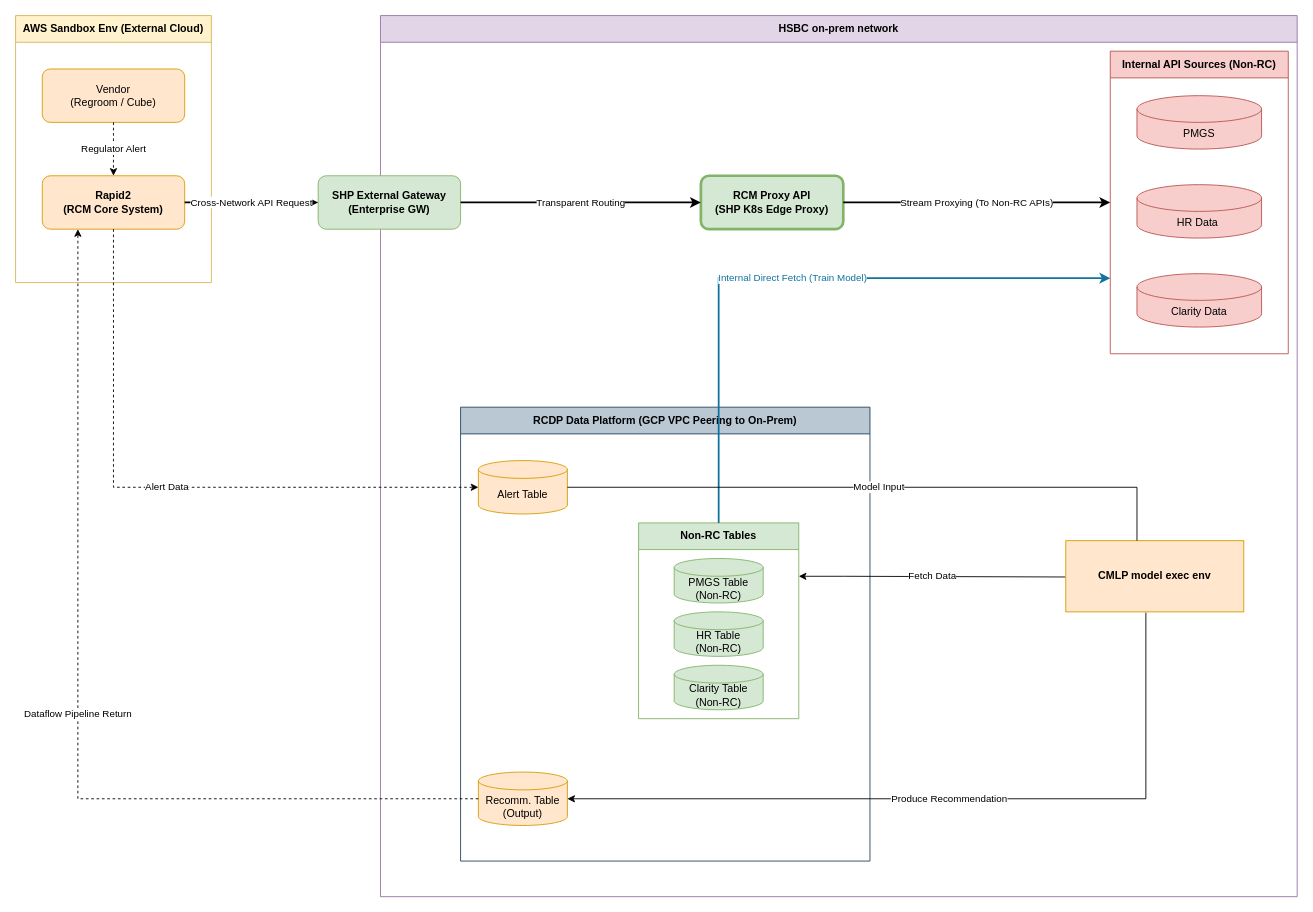
Before: drawio/rcm_architecture.drawio in nvd11/f_store, a draw.io diagram. Source tidied: cells renumbered, new cells numbered last; positions are measured from the earlier drawing's top-left corner, leaving out a move shared by most shapes. Both pictures are drawn from the tidied source at 89%, with x=0, y=0 at pixel (15, 15).
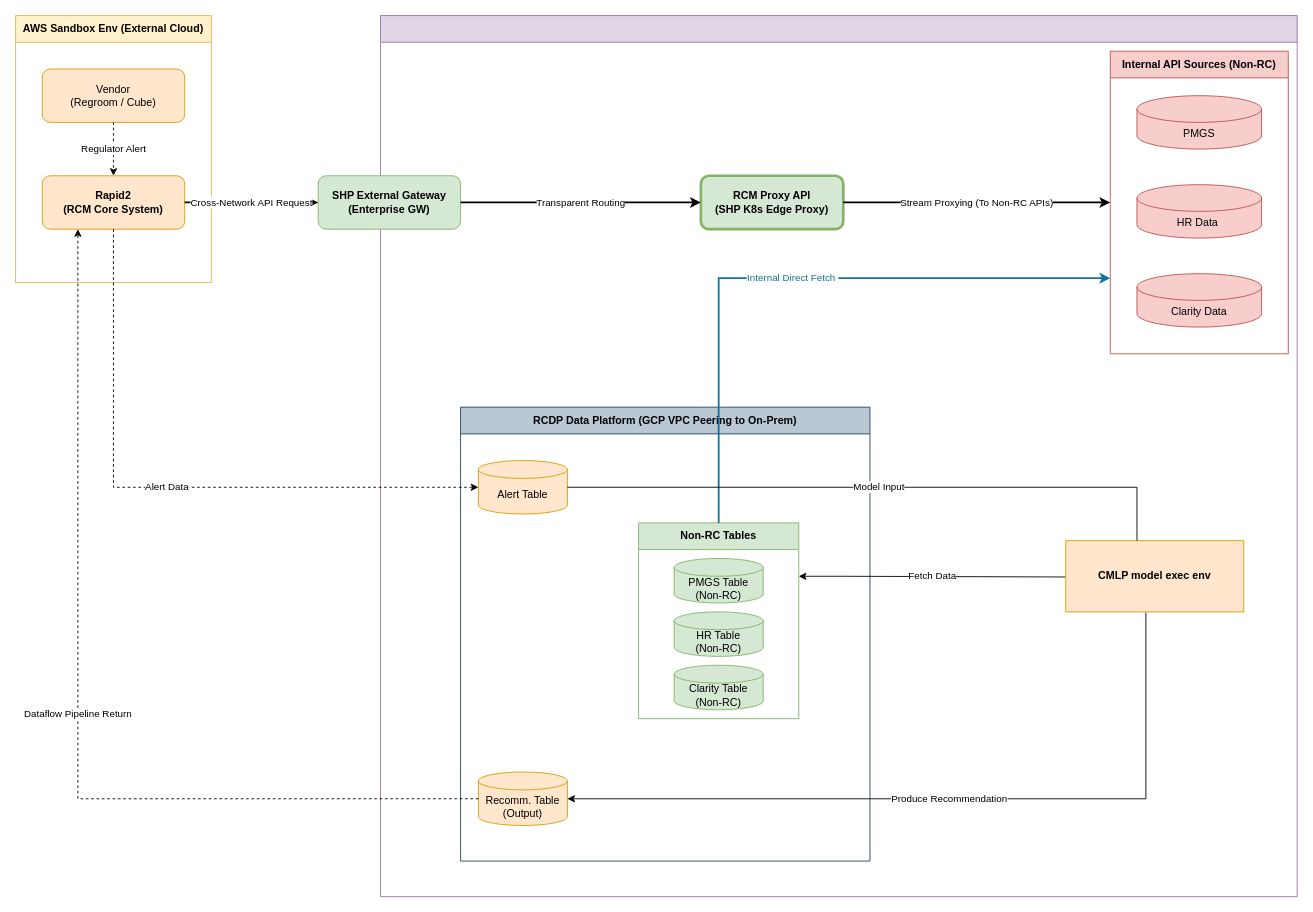
After the change.

The change refers to these unchanged cells:
```xml
<mxCell id="4" value="Internal API Sources (Non-RC)" style="swimlane;whiteSpace=wrap;html=1;fillColor=#f8cecc;strokeColor=#b85450;startSize=30;fontStyle=1;" parent="3" vertex="1">
  <mxGeometry x="820" y="40" width="200" height="340" as="geometry" />
</mxCell>
<mxCell id="14" value="Non-RC Tables" style="swimlane;whiteSpace=wrap;html=1;fillColor=#d5e8d4;strokeColor=#82b366;startSize=30;fontStyle=1;" parent="11" vertex="1">
  <mxGeometry x="200" y="130" width="180" height="220" as="geometry" />
</mxCell>
```

Diff of the diagram source:
```diff
@@
-    <mxCell id="3" value="HSBC on-prem network" style="swimlane;whiteSpace=wrap;html=1;fillColor=#e1d5e7;strokeColor=#9673a6;startSize=30;fontStyle=1;" parent="1" vertex="1">
+    <mxCell id="3" value="&amp;nbsp; " style="swimlane;whiteSpace=wrap;html=1;fillColor=#e1d5e7;strokeColor=#9673a6;startSize=30;fontStyle=1;" parent="1" vertex="1">
       <mxGeometry x="410" width="1030" height="990" as="geometry" />
     </mxCell>
@@
-    <mxCell id="20" value="Internal Direct Fetch (Train Model)" style="edgeStyle=orthogonalEdgeStyle;rounded=0;jettySize=auto;html=1;strokeWidth=2;strokeColor=#10739e;fontColor=#10739e;exitX=0.5;exitY=0;exitDx=0;exitDy=0;entryX=0;entryY=0.75;entryDx=0;entryDy=0;" parent="3" edge="1" source="14" target="4">
+    <mxCell id="20" value="Internal Direct Fetch&amp;nbsp;" style="edgeStyle=orthogonalEdgeStyle;rounded=0;jettySize=auto;html=1;strokeWidth=2;strokeColor=#10739e;fontColor=#10739e;exitX=0.5;exitY=0;exitDx=0;exitDy=0;entryX=0;entryY=0.75;entryDx=0;entryDy=0;" parent="3" edge="1" source="14" target="4">
       <mxGeometry relative="1" as="geometry">
         <Array as="points">
           <mxPoint x="380" y="295" />
         </Array>
       </mxGeometry>
     </mxCell>
```
